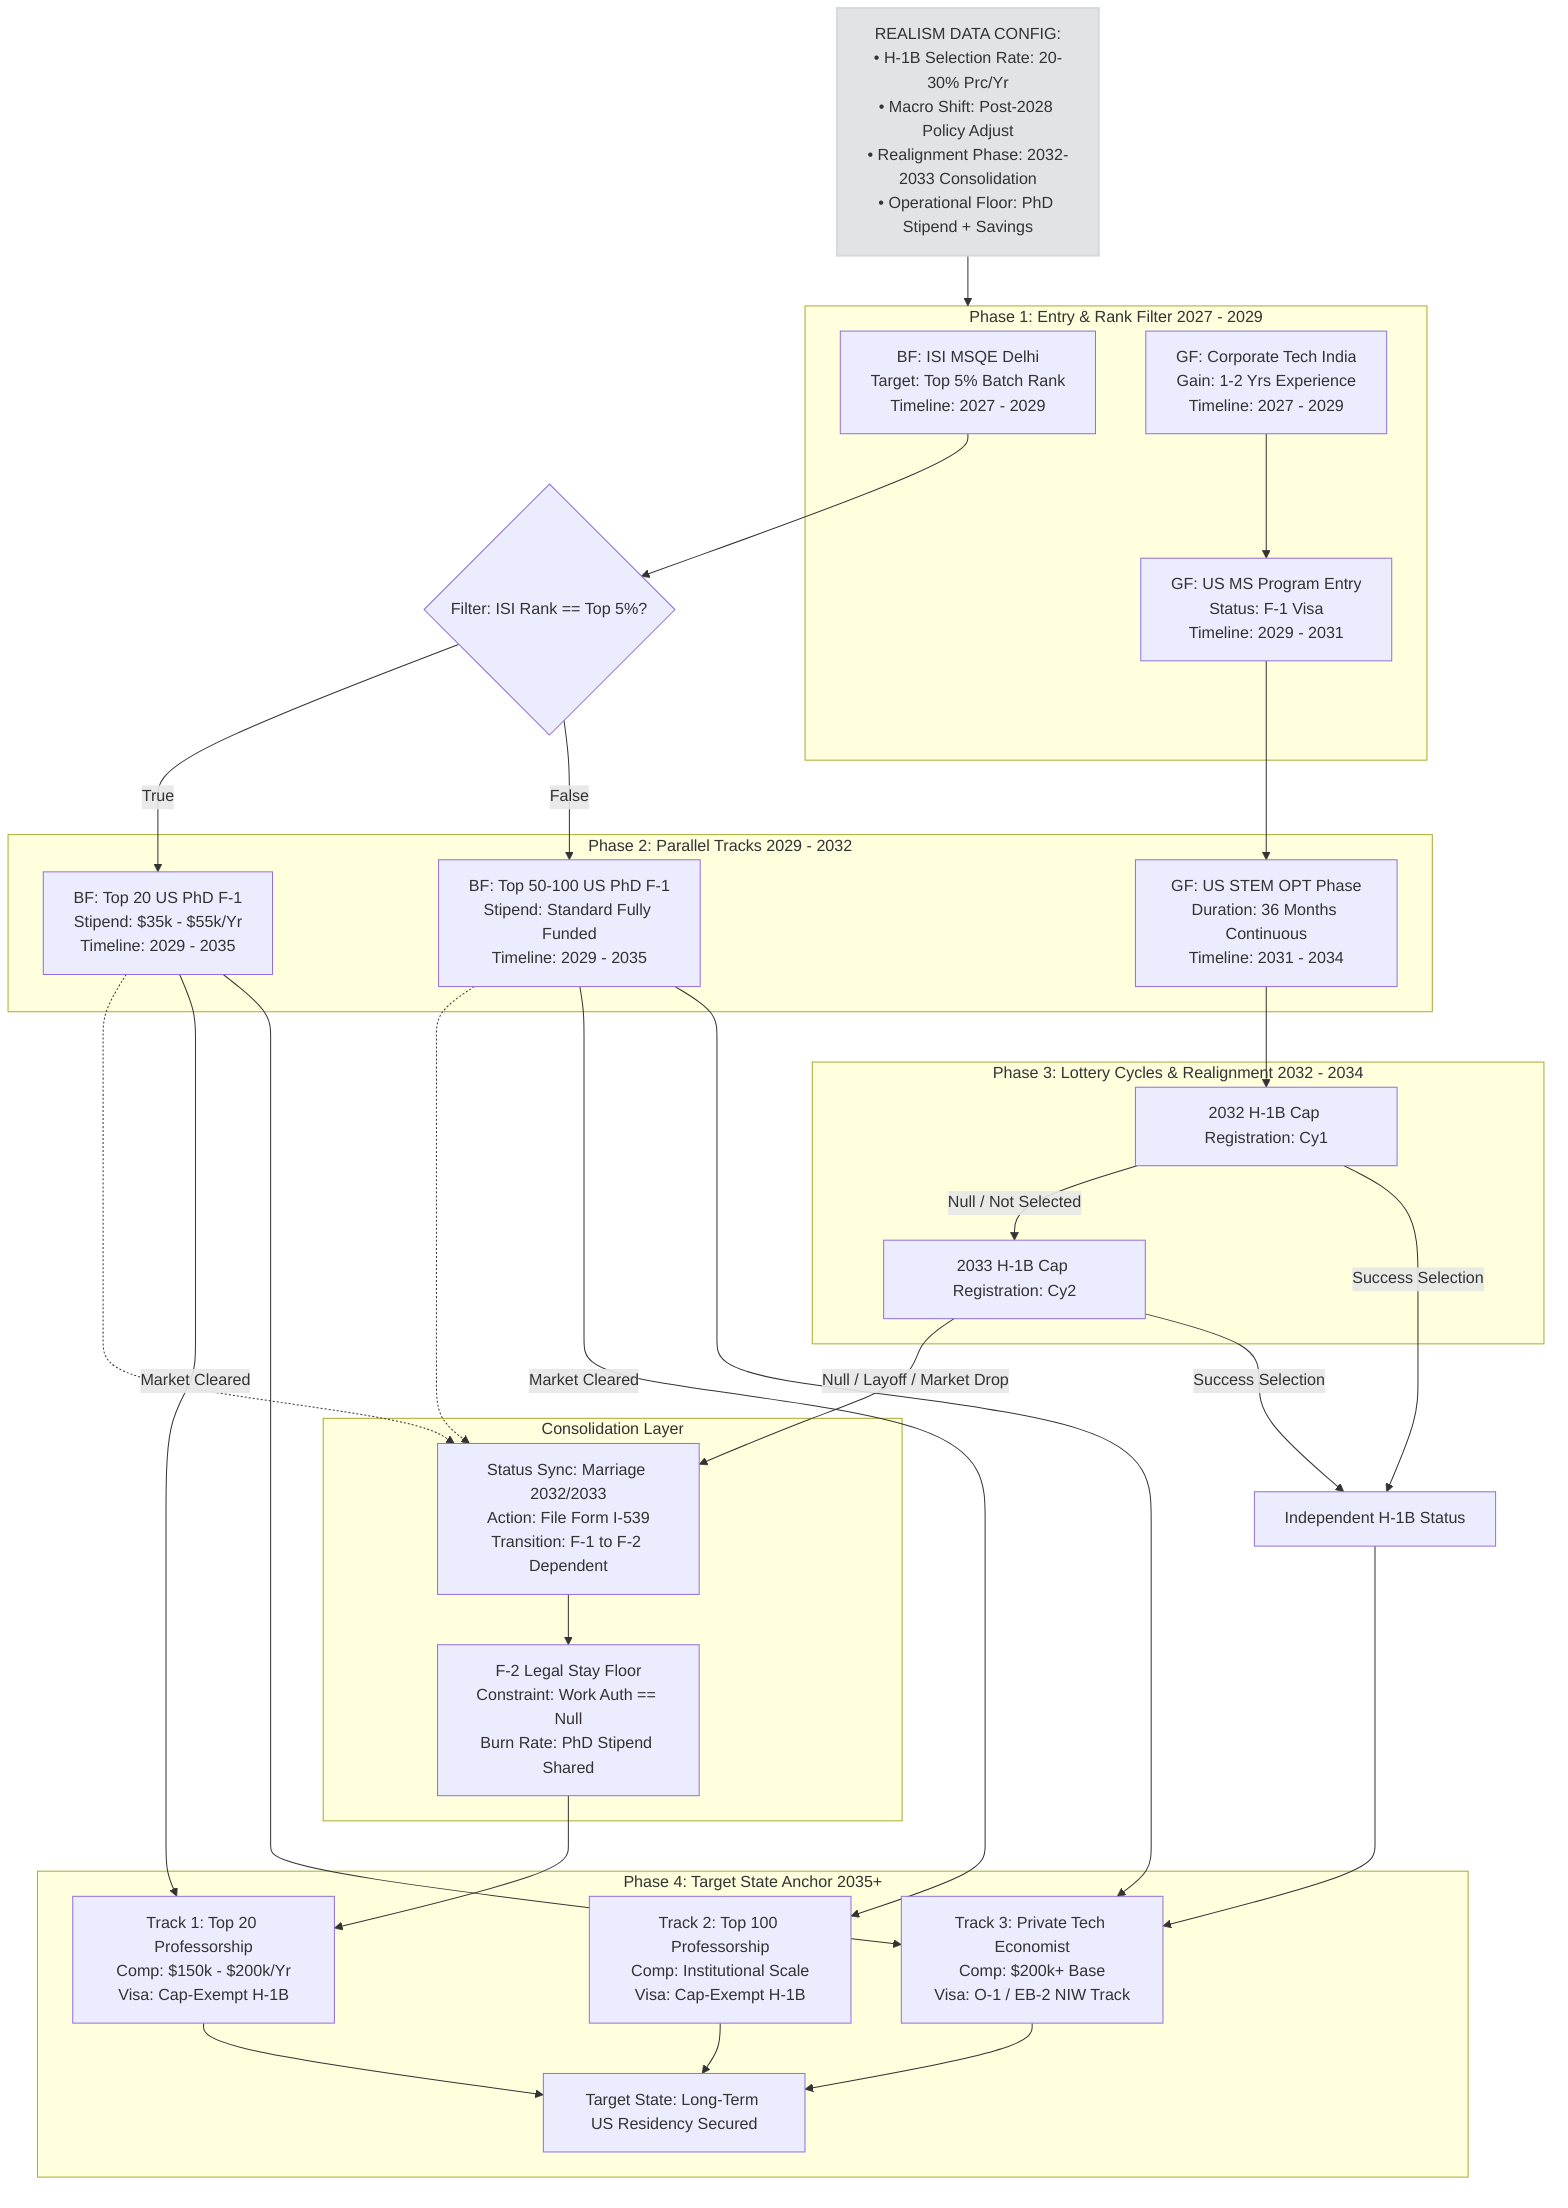
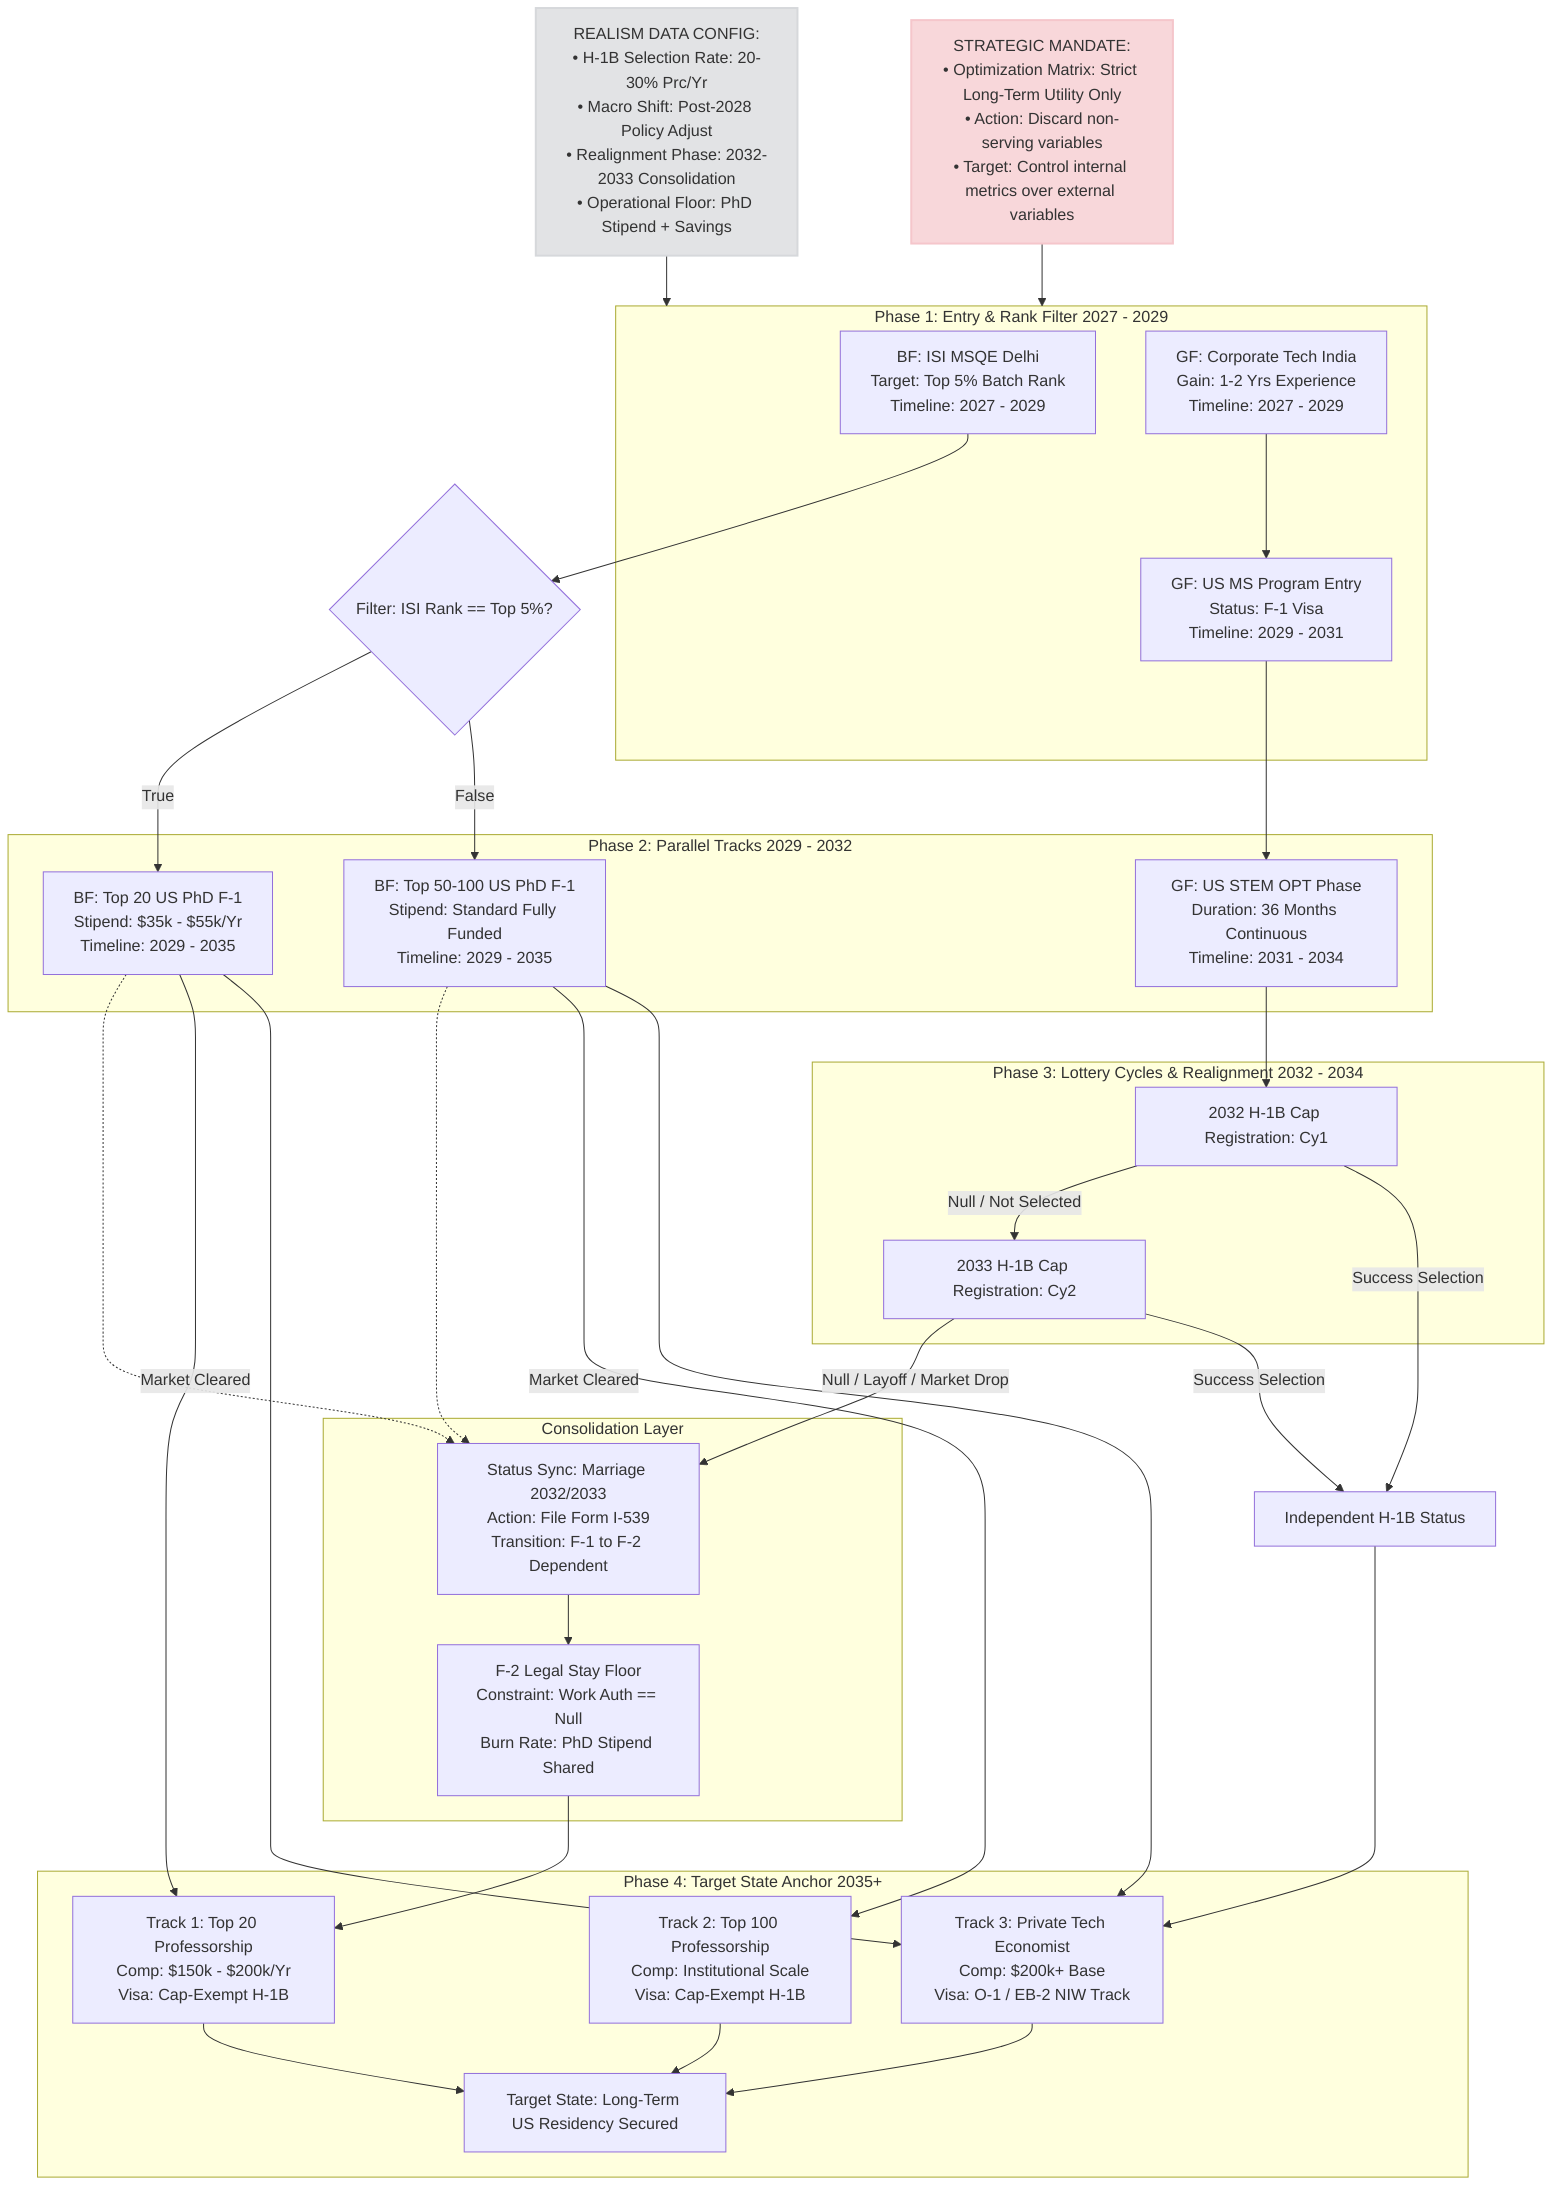
graph TD
    %% ---------------------------------------------
    %% DATA NODES & PARAMETERS
    %% ---------------------------------------------
    Note_0[REALISM DATA CONFIG:<br>• H-1B Selection Rate: 20-30% Prc/Yr<br>• Macro Shift: Post-2028 Policy Adjust<br>• Realignment Phase: 2032-2033 Consolidation<br>• Operational Floor: PhD Stipend + Savings]
    style Note_0 fill:#e2e3e5,stroke:#d6d8db,stroke-width:2px
+ 
+     Note_Personal[STRATEGIC MANDATE:<br>• Optimization Matrix: Strict Long-Term Utility Only<br>• Action: Discard non-serving variables<br>• Target: Control internal metrics over external variables]
+     style Note_Personal fill:#f8d7da,stroke:#f5c6cb,stroke-width:2px

    %% PHASE 1
    subgraph P1 [Phase 1: Entry & Rank Filter 2027 - 2029]
        A_MSQE[BF: ISI MSQE Delhi<br>Target: Top 5% Batch Rank<br>Timeline: 2027 - 2029]
        B_IND[GF: Corporate Tech India<br>Gain: 1-2 Yrs Experience<br>Timeline: 2027 - 2029]
        B_USMS[GF: US MS Program Entry<br>Status: F-1 Visa<br>Timeline: 2029 - 2031]

        B_IND --> B_USMS
    end

    Note_0 --> P1
+     Note_Personal --> P1

    %% FILTERS & FORKS
    Rank_Check{Filter: ISI Rank == Top 5%?}
    A_MSQE --> Rank_Check

    %% PHASE 2
    subgraph P2 [Phase 2: Parallel Tracks 2029 - 2032]
        A_PhD_T20[BF: Top 20 US PhD F-1<br>Stipend: $35k - $55k/Yr<br>Timeline: 2029 - 2035]
        A_PhD_T100[BF: Top 50-100 US PhD F-1<br>Stipend: Standard Fully Funded<br>Timeline: 2029 - 2035]
        B_OPT[GF: US STEM OPT Phase<br>Duration: 36 Months Continuous<br>Timeline: 2031 - 2034]
    end

    Rank_Check -- "True" --> A_PhD_T20
    Rank_Check -- "False" --> A_PhD_T100
    B_USMS --> B_OPT

    %% PHASE 3
    subgraph P3 [Phase 3: Lottery Cycles & Realignment 2032 - 2034]
        L1[2032 H-1B Cap Registration: Cy1]
        L2[2033 H-1B Cap Registration: Cy2]

        B_OPT --> L1
        L1 -- "Null / Not Selected" --> L2
    end

    %% REALIGNMENT CONTROL LOGIC
    subgraph Realignment [Consolidation Layer]
        M_33[Status Sync: Marriage 2032/2033<br>Action: File Form I-539<br>Transition: F-1 to F-2 Dependent]
        F2_Stay[F-2 Legal Stay Floor<br>Constraint: Work Auth == Null<br>Burn Rate: PhD Stipend Shared]
        M_33 --> F2_Stay
    end

    L2 -- "Null / Layoff / Market Drop" --> M_33
    A_PhD_T20 -.-> M_33
    A_PhD_T100 -.-> M_33

    %% PHASE 4
    subgraph P4 [Phase 4: Target State Anchor 2035+]
        Out_Acad_T20[Track 1: Top 20 Professorship<br>Comp: $150k - $200k/Yr<br>Visa: Cap-Exempt H-1B]
        Out_Acad_T100[Track 2: Top 100 Professorship<br>Comp: Institutional Scale<br>Visa: Cap-Exempt H-1B]
        Out_Ind_Econ[Track 3: Private Tech Economist<br>Comp: $200k+ Base<br>Visa: O-1 / EB-2 NIW Track]

        System_Locked[Target State: Long-Term US Residency Secured]

        Out_Acad_T20 --> System_Locked
        Out_Acad_T100 --> System_Locked
        Out_Ind_Econ --> System_Locked
    end

    %% INTERSECT ROUTING
    L1 -- "Success Selection" --> Corp_H1B[Independent H-1B Status]
    L2 -- "Success Selection" --> Corp_H1B
    Corp_H1B --> Out_Ind_Econ

    F2_Stay --> Out_Acad_T20
    A_PhD_T20 -- "Market Cleared" --> Out_Acad_T20
    A_PhD_T100 -- "Market Cleared" --> Out_Acad_T100
    A_PhD_T20 --> Out_Ind_Econ
    A_PhD_T100 --> Out_Ind_Econ
